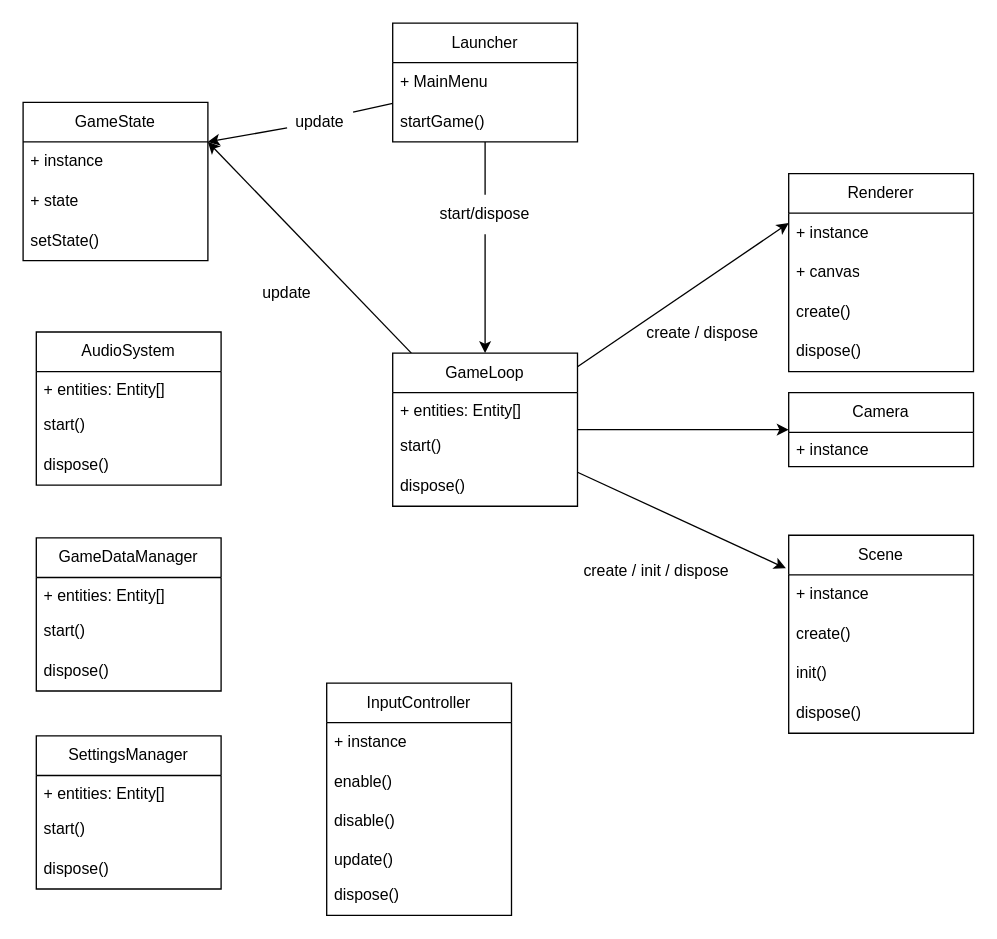
gionathas/ThreeCraft keeps this draw.io diagram as docs/serviceDeps.drawio. Above is the earlier version. Source tidied: cells renumbered, new cells numbered last; positions are measured from the earlier drawing's top-left corner, leaving out a move shared by most shapes. Both pictures are drawn from the tidied source at 132%, with x=0, y=0 at pixel (22, 22).
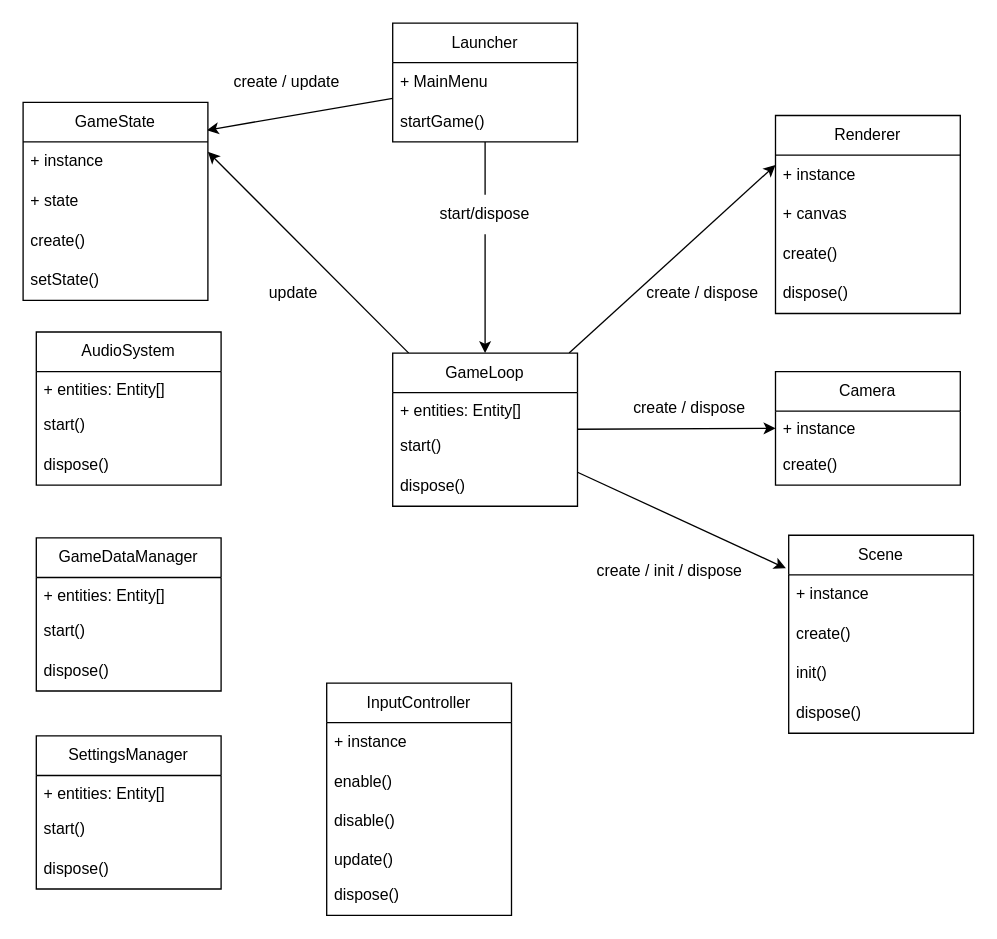
The same diagram, later.

Unchanged cells that the change refers to:
```xml
<mxCell id="11" value="Launcher" style="swimlane;fontStyle=0;horizontal=1;startSize=30;whiteSpace=wrap;html=1;" parent="1" vertex="1">
  <mxGeometry x="280" width="140" height="90" as="geometry" />
</mxCell>
```

The edit, as a diff of the source:
```diff
@@
     <mxCell id="7" value="Camera" style="swimlane;fontStyle=0;horizontal=1;startSize=30;whiteSpace=wrap;html=1;" parent="1" vertex="1">
-      <mxGeometry x="580" y="280" width="140" height="56" as="geometry" />
+      <mxGeometry x="570" y="264" width="140" height="86" as="geometry" />
     </mxCell>
@@
-    <mxCell id="9" style="edgeStyle=none;html=1;entryX=1;entryY=0.25;entryDx=0;entryDy=0;startArrow=none;" parent="1" edge="1" source="45" target="14">
-      <mxGeometry relative="1" as="geometry" />
-    </mxCell>
+    <mxCell id="56" value="create()" style="text;strokeColor=none;fillColor=none;align=left;verticalAlign=middle;spacingLeft=4;spacingRight=4;overflow=hidden;whiteSpace=wrap;html=1;" parent="7" vertex="1">
+      <mxGeometry y="56" width="140" height="30" as="geometry" />
+    </mxCell>
@@
+    <mxCell id="57" style="edgeStyle=none;html=1;entryX=0.994;entryY=0.141;entryDx=0;entryDy=0;entryPerimeter=0;" parent="1" edge="1" source="11" target="14">
+      <mxGeometry relative="1" as="geometry" />
+    </mxCell>
@@
     <mxCell id="14" value="GameState" style="swimlane;fontStyle=0;horizontal=1;startSize=30;whiteSpace=wrap;html=1;" parent="1" vertex="1">
-      <mxGeometry y="60" width="140" height="120" as="geometry" />
+      <mxGeometry y="60" width="140" height="150" as="geometry" />
     </mxCell>
@@
+    <mxCell id="58" value="create()" style="text;strokeColor=none;fillColor=none;align=left;verticalAlign=middle;spacingLeft=4;spacingRight=4;overflow=hidden;whiteSpace=wrap;html=1;" parent="14" vertex="1">
+      <mxGeometry y="90" width="140" height="30" as="geometry" />
+    </mxCell>
     <mxCell id="17" value="setState()" style="text;strokeColor=none;fillColor=none;align=left;verticalAlign=middle;spacingLeft=4;spacingRight=4;overflow=hidden;whiteSpace=wrap;html=1;" parent="14" vertex="1">
-      <mxGeometry y="90" width="140" height="30" as="geometry" />
+      <mxGeometry y="120" width="140" height="30" as="geometry" />
     </mxCell>
@@
-    <mxCell id="44" style="edgeStyle=none;html=1;entryX=1;entryY=0.25;entryDx=0;entryDy=0;endArrow=none;" parent="1" edge="1" source="11" target="45">
-      <mxGeometry relative="1" as="geometry" />
-    </mxCell>
-    <mxCell id="45" value="update" style="text;html=1;strokeColor=none;fillColor=none;align=center;verticalAlign=middle;whiteSpace=wrap;rounded=0;" parent="1" vertex="1">
-      <mxGeometry x="200" y="60" width="50" height="30" as="geometry" />
-    </mxCell>
@@
     <mxCell id="48" value="Renderer" style="swimlane;fontStyle=0;horizontal=1;startSize=30;whiteSpace=wrap;html=1;" parent="1" vertex="1">
-      <mxGeometry x="580" y="114" width="140" height="150" as="geometry" />
+      <mxGeometry x="570" y="70" width="140" height="150" as="geometry" />
     </mxCell>
@@
     <mxCell id="53" value="create / dispose" style="text;html=1;strokeColor=none;fillColor=none;align=center;verticalAlign=middle;whiteSpace=wrap;rounded=0;" parent="1" vertex="1">
-      <mxGeometry x="470" y="220" width="90" height="30" as="geometry" />
+      <mxGeometry x="470" y="190" width="90" height="30" as="geometry" />
     </mxCell>
     <mxCell id="54" value="create / init / dispose" style="text;html=1;strokeColor=none;fillColor=none;align=center;verticalAlign=middle;whiteSpace=wrap;rounded=0;" parent="1" vertex="1">
-      <mxGeometry x="420" y="400" width="120" height="30" as="geometry" />
+      <mxGeometry x="430" y="400" width="120" height="30" as="geometry" />
     </mxCell>
     <mxCell id="55" value="update" style="text;html=1;strokeColor=none;fillColor=none;align=center;verticalAlign=middle;whiteSpace=wrap;rounded=0;" parent="1" vertex="1">
-      <mxGeometry x="160" y="190" width="80" height="30" as="geometry" />
+      <mxGeometry x="165" y="190" width="80" height="30" as="geometry" />
     </mxCell>
+    <mxCell id="59" value="create / dispose" style="text;html=1;strokeColor=none;fillColor=none;align=center;verticalAlign=middle;whiteSpace=wrap;rounded=0;" parent="1" vertex="1">
+      <mxGeometry x="460" y="277" width="90" height="30" as="geometry" />
+    </mxCell>
+    <mxCell id="60" value="create / update" style="text;html=1;strokeColor=none;fillColor=none;align=center;verticalAlign=middle;whiteSpace=wrap;rounded=0;" parent="1" vertex="1">
+      <mxGeometry x="155" y="30" width="90" height="30" as="geometry" />
+    </mxCell>
```
